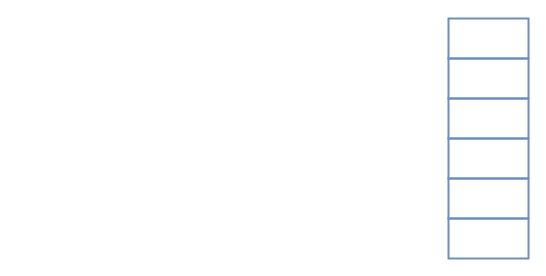
Before: 20-valid-parentheses.drawio in LuoSue/sscdn, a draw.io diagram. Source tidied: cells renumbered, new cells numbered last; positions are measured from the earlier drawing's top-left corner, leaving out a move shared by most shapes. Both pictures are drawn from the tidied source at 100%, with x=0, y=0 at pixel (448, 18).
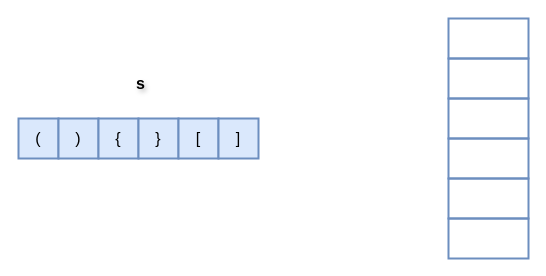
After the change.

Diff of the diagram source:
```diff
@@
 <mxGraphModel>
   <root>
     <mxCell id="0" />
     <mxCell id="1" parent="0" />
     <mxCell id="2" style="rounded=0;whiteSpace=wrap;html=1;strokeWidth=2;fillWeight=4;hachureGap=8;hachureAngle=45;fillColor=none;strokeColor=#6c8ebf;" parent="1" vertex="1">
       <mxGeometry y="200" width="80" height="40" as="geometry" />
     </mxCell>
     <mxCell id="3" style="rounded=0;whiteSpace=wrap;html=1;strokeWidth=2;fillWeight=4;hachureGap=8;hachureAngle=45;fillColor=none;strokeColor=#6c8ebf;" parent="1" vertex="1">
       <mxGeometry y="160" width="80" height="40" as="geometry" />
     </mxCell>
     <mxCell id="4" style="rounded=0;whiteSpace=wrap;html=1;strokeWidth=2;fillWeight=4;hachureGap=8;hachureAngle=45;fillColor=none;strokeColor=#6c8ebf;" parent="1" vertex="1">
       <mxGeometry y="120" width="80" height="40" as="geometry" />
     </mxCell>
     <mxCell id="5" style="rounded=0;whiteSpace=wrap;html=1;strokeWidth=2;fillWeight=4;hachureGap=8;hachureAngle=45;fillColor=none;strokeColor=#6c8ebf;" parent="1" vertex="1">
       <mxGeometry y="80" width="80" height="40" as="geometry" />
     </mxCell>
     <mxCell id="6" style="rounded=0;whiteSpace=wrap;html=1;strokeWidth=2;fillWeight=4;hachureGap=8;hachureAngle=45;fillColor=none;strokeColor=#6c8ebf;" parent="1" vertex="1">
       <mxGeometry y="40" width="80" height="40" as="geometry" />
     </mxCell>
     <mxCell id="7" style="rounded=0;whiteSpace=wrap;html=1;strokeWidth=2;fillWeight=4;hachureGap=8;hachureAngle=45;fillColor=none;strokeColor=#6c8ebf;" parent="1" vertex="1">
       <mxGeometry width="80" height="40" as="geometry" />
     </mxCell>
+    <mxCell id="8" value="&lt;font style=&quot;font-size: 16px;&quot;&gt;&lt;b&gt;s&lt;/b&gt;&lt;/font&gt;" style="text;html=1;align=center;verticalAlign=middle;whiteSpace=wrap;rounded=0;fontSize=16;textShadow=1;fontFamily=HarmonyOS Sans;" parent="1" vertex="1">
+      <mxGeometry x="-370" y="40" width="125" height="50" as="geometry" />
+    </mxCell>
+    <mxCell id="9" value="&lt;font face=&quot;HarmonyOS Sans&quot; style=&quot;font-size: 16px;&quot;&gt;(&lt;/font&gt;" style="rounded=0;whiteSpace=wrap;html=1;strokeWidth=2;fillWeight=4;hachureGap=8;hachureAngle=45;fillColor=#dae8fc;strokeColor=#6c8ebf;" parent="1" vertex="1">
+      <mxGeometry x="-430" y="100" width="40" height="40" as="geometry" />
+    </mxCell>
+    <mxCell id="10" value="&lt;span style=&quot;font-size: 16px;&quot;&gt;&lt;font face=&quot;HarmonyOS Sans&quot;&gt;)&lt;/font&gt;&lt;/span&gt;" style="rounded=0;whiteSpace=wrap;html=1;strokeWidth=2;fillWeight=4;hachureGap=8;hachureAngle=45;fillColor=#dae8fc;strokeColor=#6c8ebf;" parent="1" vertex="1">
+      <mxGeometry x="-390" y="100" width="40" height="40" as="geometry" />
+    </mxCell>
+    <mxCell id="11" value="&lt;font face=&quot;HarmonyOS Sans&quot; style=&quot;font-size: 16px;&quot;&gt;{&lt;/font&gt;" style="rounded=0;whiteSpace=wrap;html=1;strokeWidth=2;fillWeight=4;hachureGap=8;hachureAngle=45;fillColor=#dae8fc;strokeColor=#6c8ebf;" parent="1" vertex="1">
+      <mxGeometry x="-350" y="100" width="40" height="40" as="geometry" />
+    </mxCell>
+    <mxCell id="12" value="&lt;font face=&quot;HarmonyOS Sans&quot; style=&quot;font-size: 16px;&quot;&gt;}&lt;/font&gt;" style="rounded=0;whiteSpace=wrap;html=1;strokeWidth=2;fillWeight=4;hachureGap=8;hachureAngle=45;fillColor=#dae8fc;strokeColor=#6c8ebf;" parent="1" vertex="1">
+      <mxGeometry x="-310" y="100" width="40" height="40" as="geometry" />
+    </mxCell>
+    <mxCell id="13" value="&lt;font face=&quot;HarmonyOS Sans&quot; style=&quot;font-size: 16px;&quot;&gt;[&lt;/font&gt;" style="rounded=0;whiteSpace=wrap;html=1;strokeWidth=2;fillWeight=4;hachureGap=8;hachureAngle=45;fillColor=#dae8fc;strokeColor=#6c8ebf;" parent="1" vertex="1">
+      <mxGeometry x="-270" y="100" width="40" height="40" as="geometry" />
+    </mxCell>
+    <mxCell id="14" value="&lt;font face=&quot;HarmonyOS Sans&quot; style=&quot;font-size: 16px;&quot;&gt;]&lt;/font&gt;" style="rounded=0;whiteSpace=wrap;html=1;strokeWidth=2;fillWeight=4;hachureGap=8;hachureAngle=45;fillColor=#dae8fc;strokeColor=#6c8ebf;" parent="1" vertex="1">
+      <mxGeometry x="-230" y="100" width="40" height="40" as="geometry" />
+    </mxCell>
   </root>
 </mxGraphModel>
```
